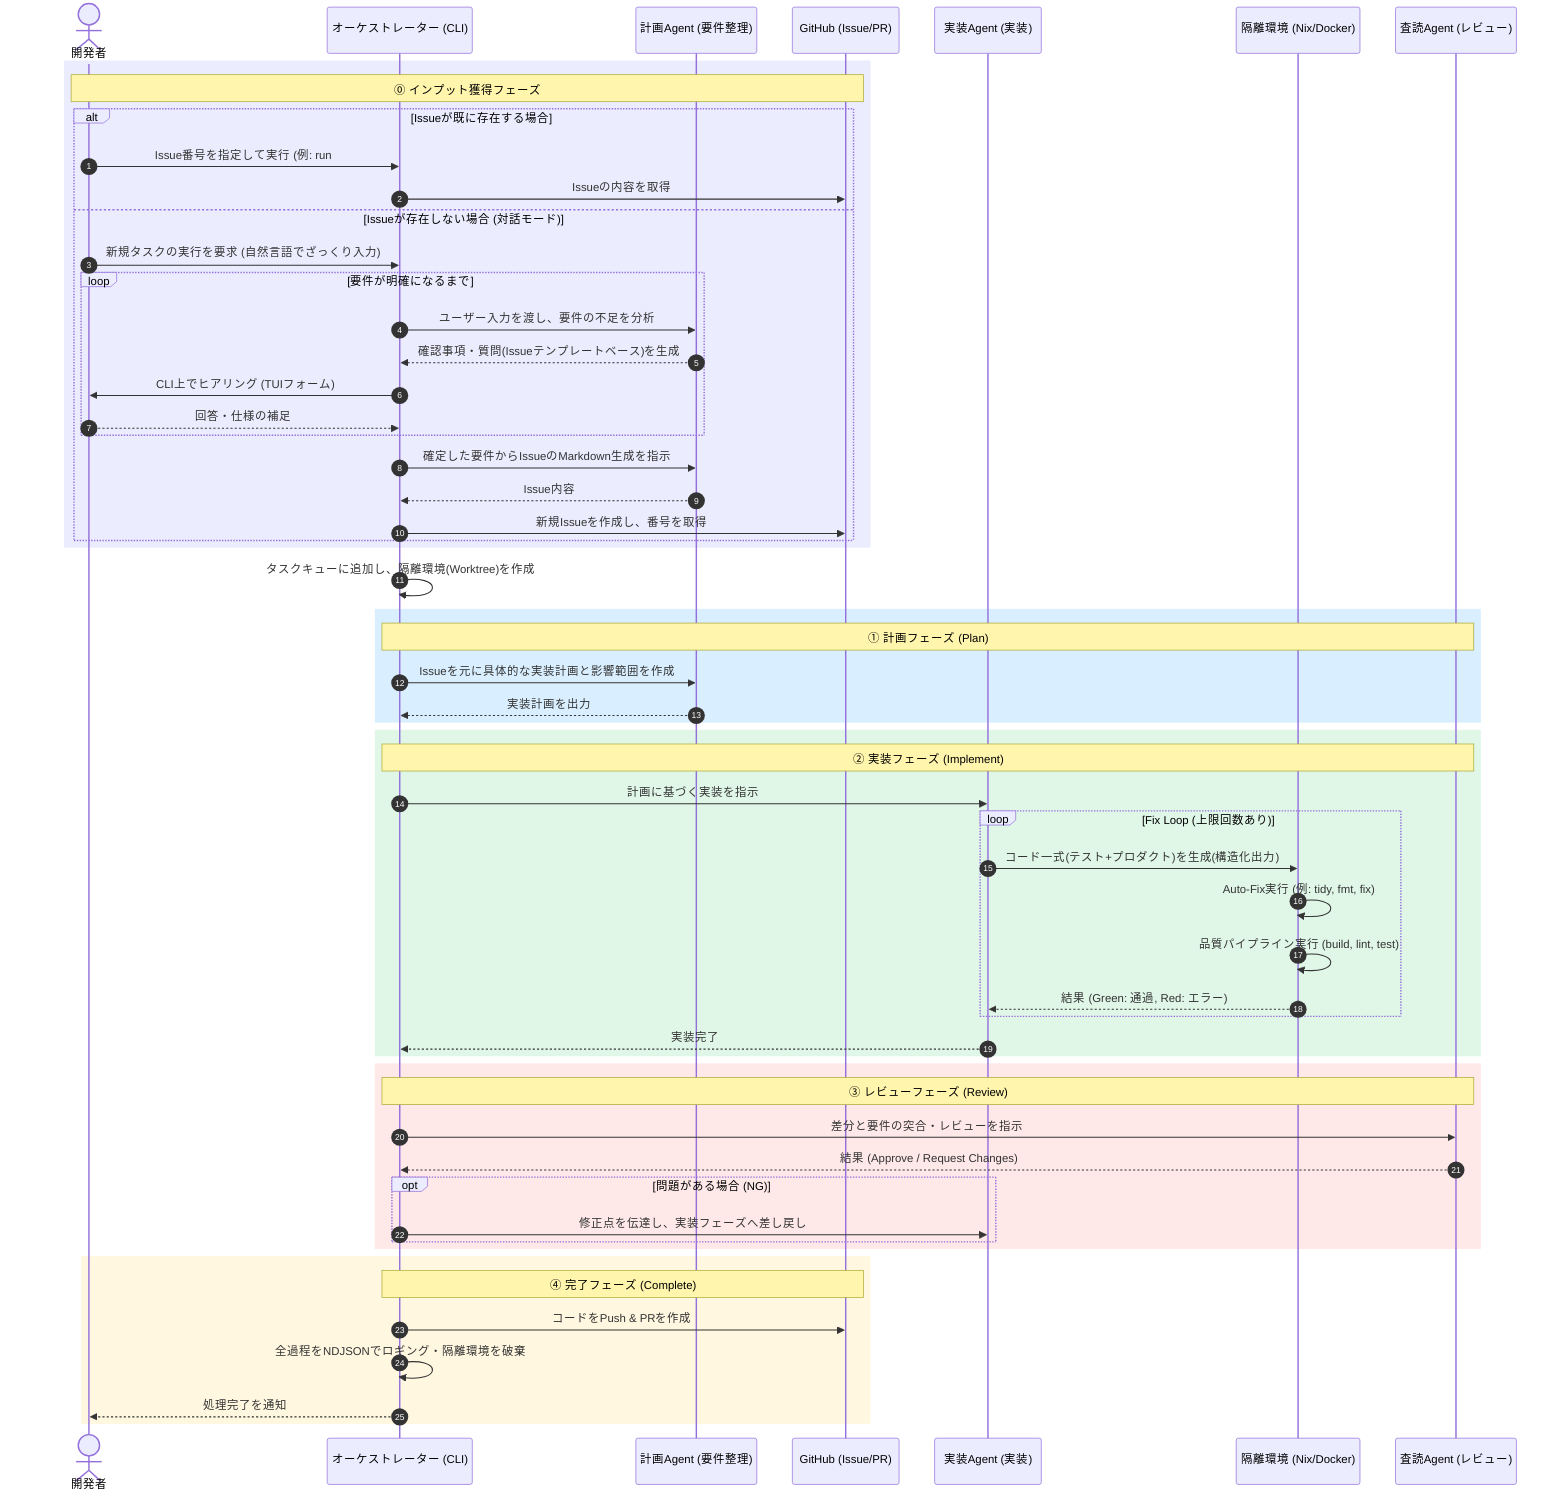
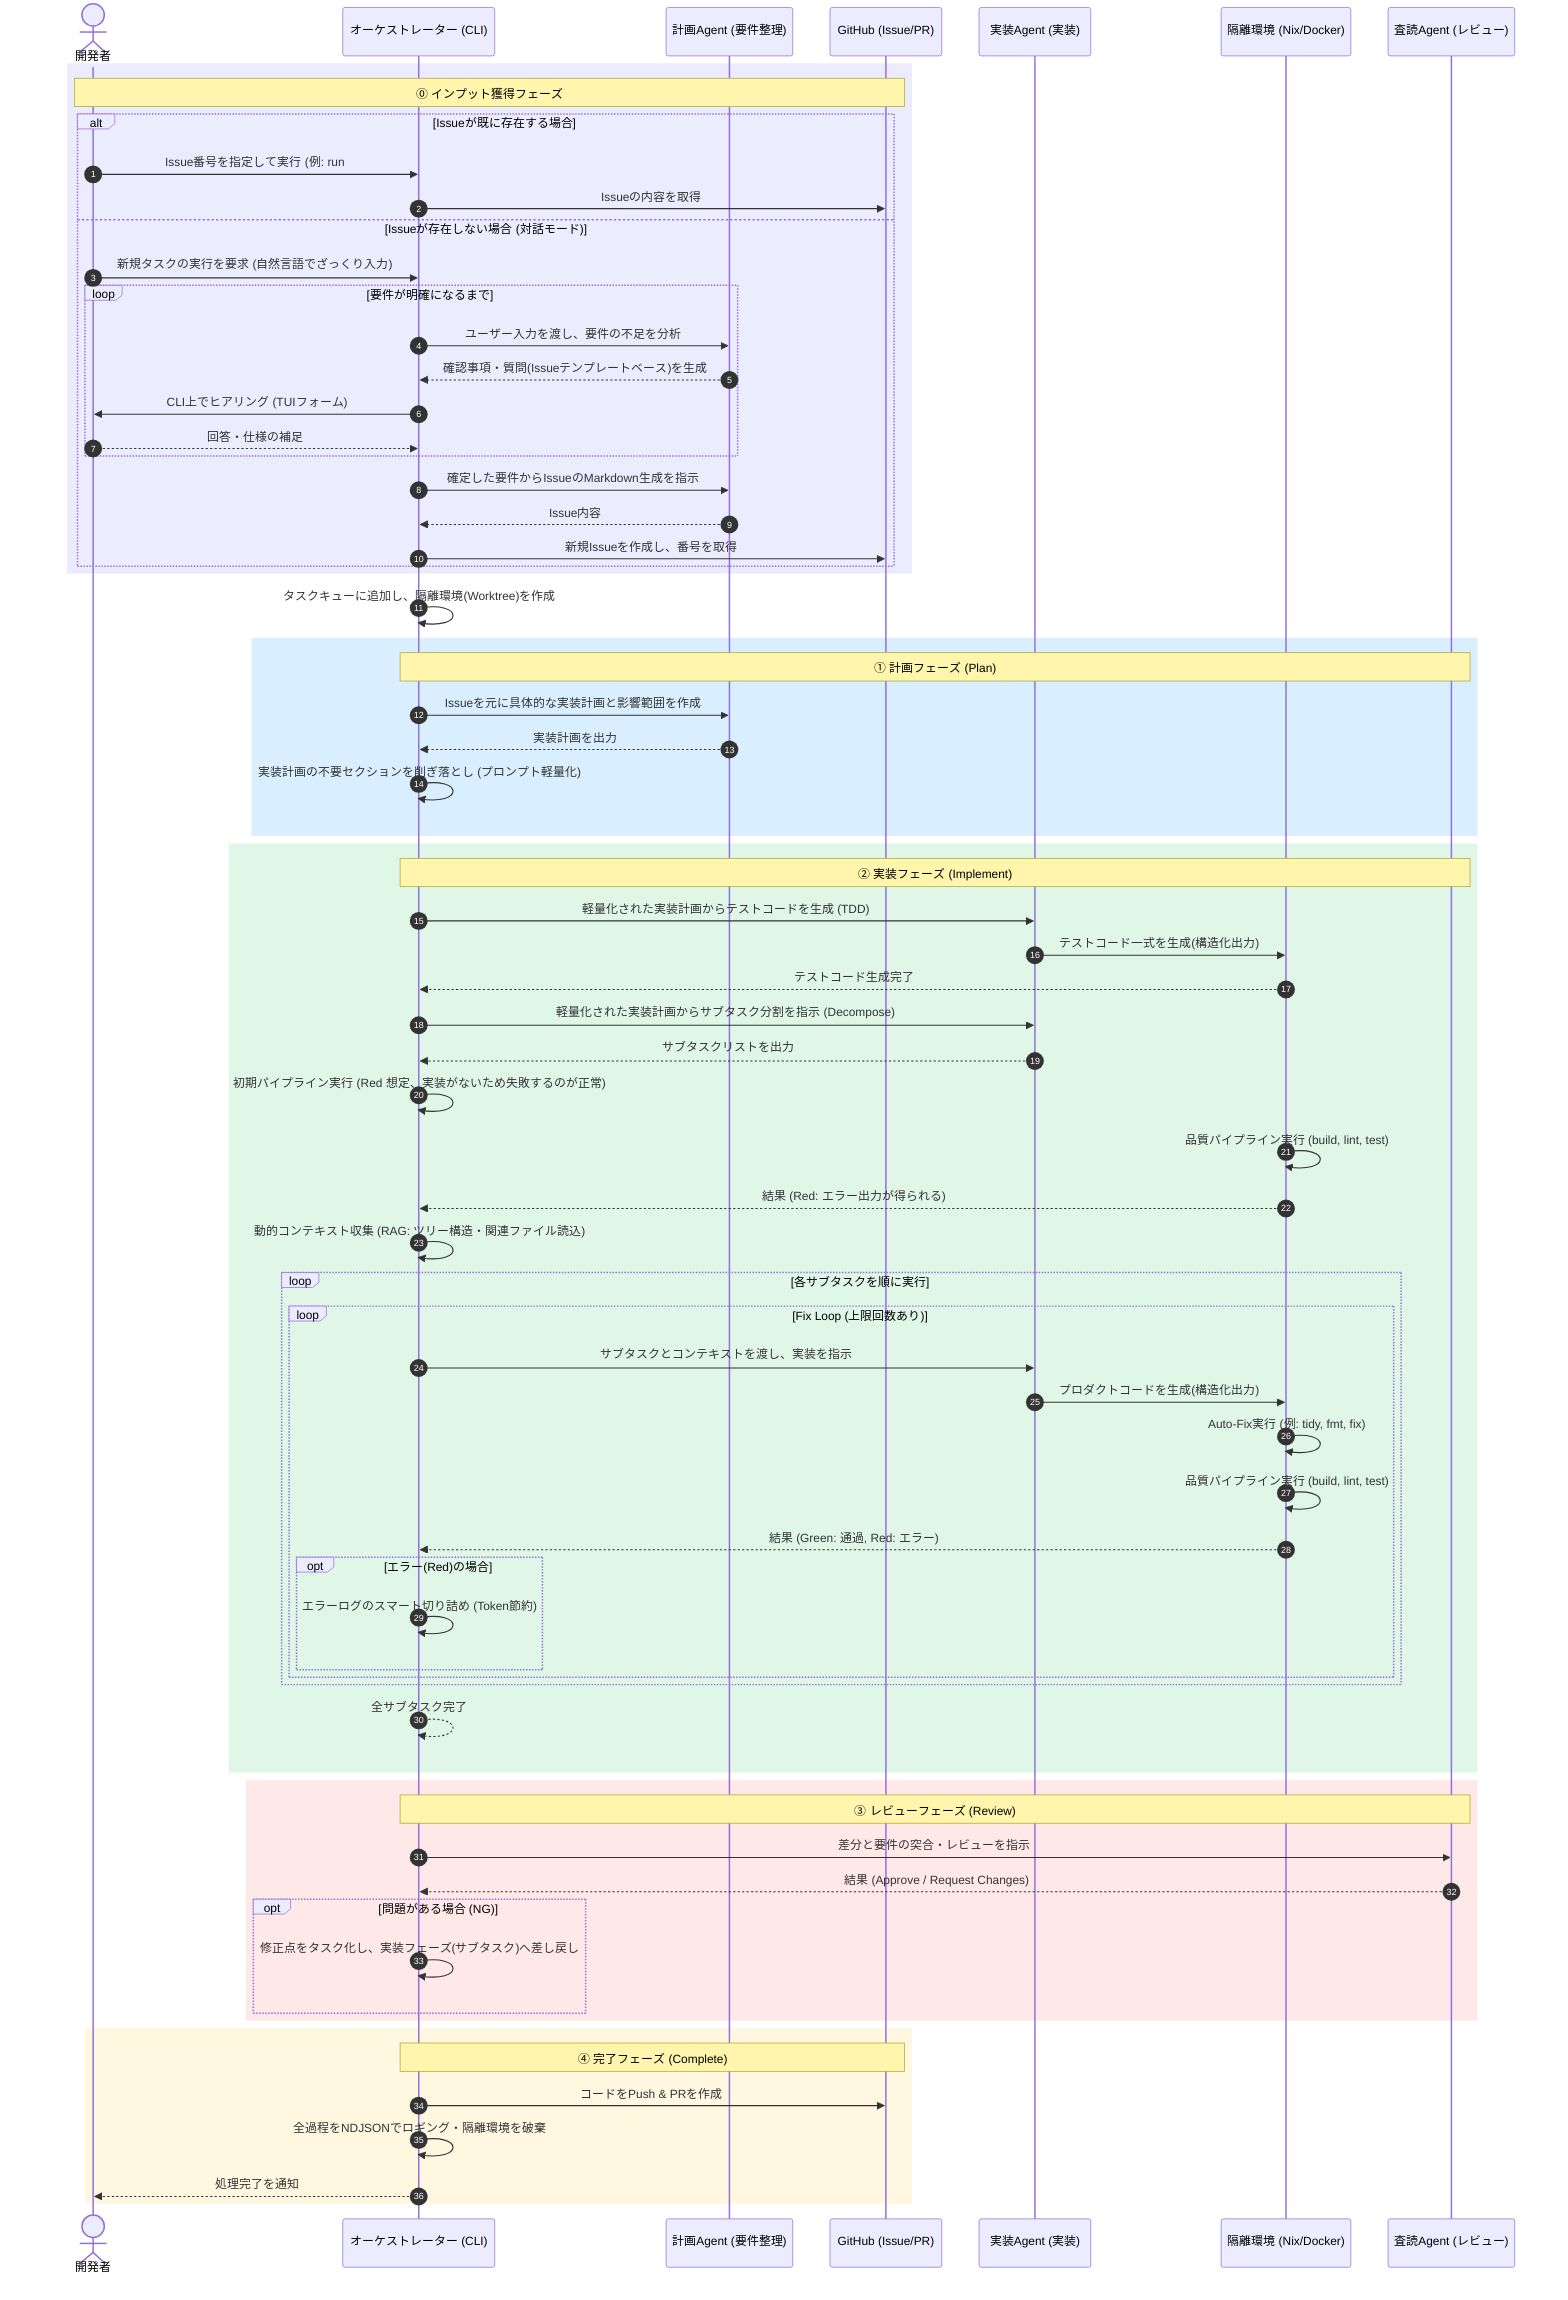
sequenceDiagram
    autonumber
    actor User as 開発者
    participant Conductor as オーケストレーター (CLI)
    participant Planner as 計画Agent (要件整理)
    participant GitHub as GitHub (Issue/PR)
    participant Coder as 実装Agent (実装)
    participant Executor as 隔離環境 (Nix/Docker)
    participant Reviewer as 査読Agent (レビュー)

    %% インプット獲得フェーズ (透明度の高い青紫)
    rect rgba(130, 130, 255, 0.15)
        Note over User, GitHub: ⓪ インプット獲得フェーズ
        alt Issueが既に存在する場合
            User->>Conductor: Issue番号を指定して実行 (例: run #12)
            Conductor->>GitHub: Issueの内容を取得
        else Issueが存在しない場合 (対話モード)
            User->>Conductor: 新規タスクの実行を要求 (自然言語でざっくり入力)
            loop 要件が明確になるまで
                Conductor->>Planner: ユーザー入力を渡し、要件の不足を分析
                Planner-->>Conductor: 確認事項・質問(Issueテンプレートベース)を生成
                Conductor->>User: CLI上でヒアリング (TUIフォーム)
                User-->>Conductor: 回答・仕様の補足
            end
            Conductor->>Planner: 確定した要件からIssueのMarkdown生成を指示
            Planner-->>Conductor: Issue内容
            Conductor->>GitHub: 新規Issueを作成し、番号を取得
        end
    end

    Conductor->>Conductor: タスクキューに追加し、隔離環境(Worktree)を作成

    %% 計画フェーズ (透明度の高い青)
    rect rgba(0, 150, 255, 0.15)
        Note over Conductor, Reviewer: ① 計画フェーズ (Plan)
        Conductor->>Planner: Issueを元に具体的な実装計画と影響範囲を作成
        Planner-->>Conductor: 実装計画を出力
+         Conductor->>Conductor: 実装計画の不要セクションを削ぎ落とし (プロンプト軽量化)
    end

    %% 実装フェーズ (透明度の高い緑)
    rect rgba(50, 200, 100, 0.15)
        Note over Conductor, Reviewer: ② 実装フェーズ (Implement)
-         Conductor->>Coder: 計画に基づく実装を指示
-         loop Fix Loop (上限回数あり)
-             Coder->>Executor: コード一式(テスト+プロダクト)を生成(構造化出力)
-             Executor->>Executor: Auto-Fix実行 (例: tidy, fmt, fix)
-             Executor->>Executor: 品質パイプライン実行 (build, lint, test)
-             Executor-->>Coder: 結果 (Green: 通過, Red: エラー)
+         Conductor->>Coder: 軽量化された実装計画からテストコードを生成 (TDD)
+         Coder->>Executor: テストコード一式を生成(構造化出力)
+         Executor-->>Conductor: テストコード生成完了
+ 
+         Conductor->>Coder: 軽量化された実装計画からサブタスク分割を指示 (Decompose)
+         Coder-->>Conductor: サブタスクリストを出力
+ 
+         Conductor->>Conductor: 初期パイプライン実行 (Red 想定、実装がないため失敗するのが正常)
+         Executor->>Executor: 品質パイプライン実行 (build, lint, test)
+         Executor-->>Conductor: 結果 (Red: エラー出力が得られる)
+ 
+         Conductor->>Conductor: 動的コンテキスト収集 (RAG: ツリー構造・関連ファイル読込)
+ 
+         loop 各サブタスクを順に実行
+             loop Fix Loop (上限回数あり)
+                 Conductor->>Coder: サブタスクとコンテキストを渡し、実装を指示
+                 Coder->>Executor: プロダクトコードを生成(構造化出力)
+                 Executor->>Executor: Auto-Fix実行 (例: tidy, fmt, fix)
+                 Executor->>Executor: 品質パイプライン実行 (build, lint, test)
+                 Executor-->>Conductor: 結果 (Green: 通過, Red: エラー)
+ 
+                 opt エラー(Red)の場合
+                     Conductor->>Conductor: エラーログのスマート切り詰め (Token節約)
+                 end
+             end
        end
-         Coder-->>Conductor: 実装完了
+         Conductor-->>Conductor: 全サブタスク完了
    end

    %% レビューフェーズ (透明度の高い赤)
    rect rgba(255, 100, 100, 0.15)
        Note over Conductor, Reviewer: ③ レビューフェーズ (Review)
        Conductor->>Reviewer: 差分と要件の突合・レビューを指示
        Reviewer-->>Conductor: 結果 (Approve / Request Changes)
        opt 問題がある場合 (NG)
-             Conductor->>Coder: 修正点を伝達し、実装フェーズへ差し戻し
+             Conductor->>Conductor: 修正点をタスク化し、実装フェーズ(サブタスク)へ差し戻し
        end
    end

    %% 完了フェーズ (透明度の高い黄色)
    rect rgba(255, 200, 50, 0.15)
        Note over Conductor, GitHub: ④ 完了フェーズ (Complete)
        Conductor->>GitHub: コードをPush & PRを作成
        Conductor->>Conductor: 全過程をNDJSONでロギング・隔離環境を破棄
        Conductor-->>User: 処理完了を通知
    end
